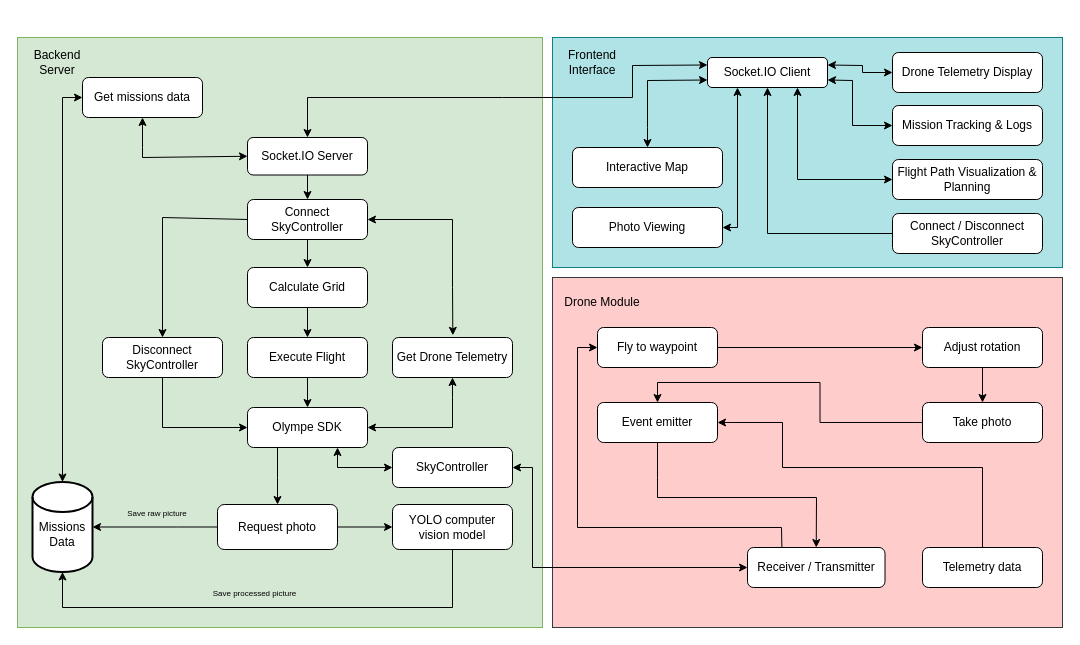
Earlier version of the draw.io diagram AAU-BSc-Software/Project-P6/resources/P6 System Architecture.drawio (Emilprivate/Esd.EDU). Source tidied: cells renumbered, new cells numbered last; positions are measured from the earlier drawing's top-left corner, leaving out a move shared by most shapes. Both pictures are drawn from the tidied source at 100%, with x=0, y=0 at pixel (17, 37).
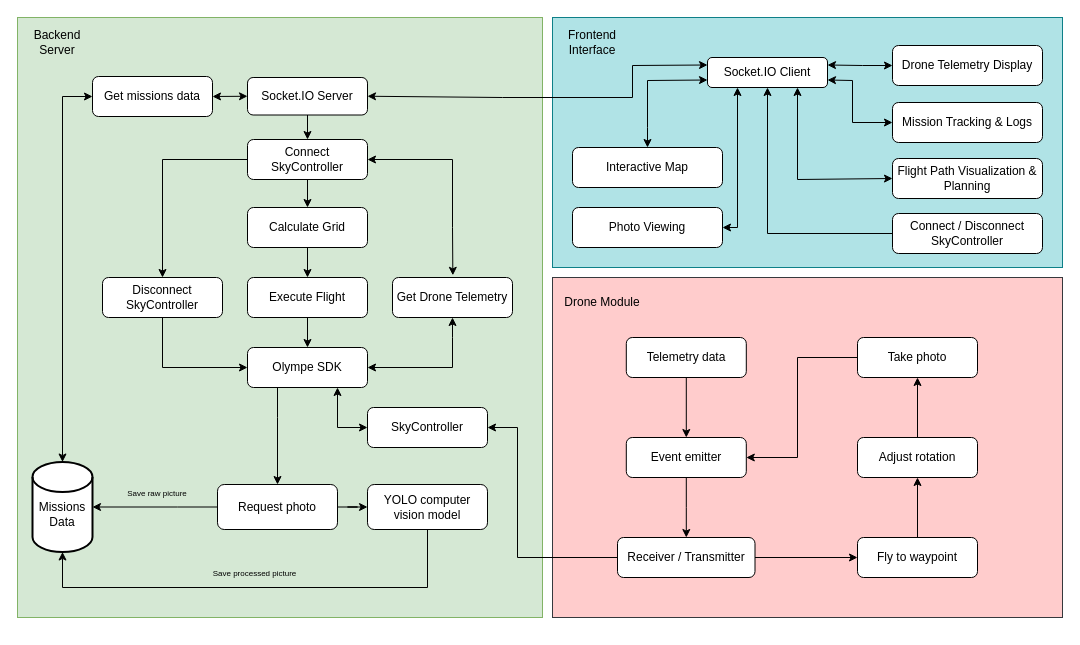
The same diagram, later.

The change refers to these unchanged cells:
```xml
<mxCell id="8" value="Socket.IO Client" style="rounded=1;whiteSpace=wrap;html=1;" parent="1" vertex="1">
  <mxGeometry x="690" y="20" width="120" height="30" as="geometry" />
</mxCell>
```

Diff of the diagram source:
```diff
@@
     <mxCell id="2" style="rounded=0;whiteSpace=wrap;html=1;fillColor=#b0e3e6;strokeColor=#0e8088;" parent="1" vertex="1">
-      <mxGeometry x="535" width="510" height="230" as="geometry" />
+      <mxGeometry x="535" y="-20" width="510" height="250" as="geometry" />
     </mxCell>
     <mxCell id="3" style="rounded=0;whiteSpace=wrap;html=1;fillColor=#d5e8d4;strokeColor=#82b366;labelBackgroundColor=none;" parent="1" vertex="1">
-      <mxGeometry width="525" height="590" as="geometry" />
+      <mxGeometry y="-20" width="525" height="600" as="geometry" />
     </mxCell>
     <mxCell id="4" style="rounded=0;whiteSpace=wrap;html=1;fillColor=#ffcccc;strokeColor=#36393d;" parent="1" vertex="1">
-      <mxGeometry x="535" y="240" width="510" height="350" as="geometry" />
+      <mxGeometry x="535" y="240" width="510" height="340" as="geometry" />
     </mxCell>
     <mxCell id="5" value="Backend Server" style="text;html=1;align=center;verticalAlign=middle;whiteSpace=wrap;rounded=0;" parent="1" vertex="1">
-      <mxGeometry width="80" height="50" as="geometry" />
+      <mxGeometry y="-20" width="80" height="50" as="geometry" />
     </mxCell>
     <mxCell id="6" value="Frontend Interface" style="text;html=1;align=center;verticalAlign=middle;whiteSpace=wrap;rounded=0;" parent="1" vertex="1">
-      <mxGeometry x="535" width="80" height="50" as="geometry" />
+      <mxGeometry x="535" y="-20" width="80" height="50" as="geometry" />
     </mxCell>
@@
-    <mxCell id="9" style="endArrow=classic;startArrow=classic;html=1;rounded=0;exitX=0.5;exitY=0;exitDx=0;exitDy=0;entryX=0;entryY=0.25;entryDx=0;entryDy=0;" parent="1" edge="1" source="17" target="8">
+    <mxCell id="9" style="endArrow=classic;startArrow=classic;html=1;rounded=0;exitX=1;exitY=0.5;exitDx=0;exitDy=0;entryX=0;entryY=0.25;entryDx=0;entryDy=0;" parent="1" edge="1" source="17" target="8">
       <mxGeometry relative="1" as="geometry">
         <Array as="points">
-          <mxPoint x="290" y="60" />
           <mxPoint x="485" y="60" />
           <mxPoint x="615" y="60" />
           <mxPoint x="615" y="28" />
         </Array>
       </mxGeometry>
     </mxCell>
@@
     <mxCell id="11" value="Mission Tracking &amp;amp; Logs" style="rounded=1;whiteSpace=wrap;html=1;" parent="1" vertex="1">
-      <mxGeometry x="875" y="68" width="150" height="40" as="geometry" />
+      <mxGeometry x="875" y="65" width="150" height="40" as="geometry" />
     </mxCell>
     <mxCell id="12" value="Drone Telemetry Display" style="rounded=1;whiteSpace=wrap;html=1;" parent="1" vertex="1">
-      <mxGeometry x="875" y="15" width="150" height="40" as="geometry" />
+      <mxGeometry x="875" y="8" width="150" height="40" as="geometry" />
     </mxCell>
@@
     <mxCell id="14" value="Flight Path Visualization &amp;amp; Planning" style="rounded=1;whiteSpace=wrap;html=1;" parent="1" vertex="1">
-      <mxGeometry x="875" y="122" width="150" height="40" as="geometry" />
+      <mxGeometry x="875" y="121" width="150" height="40" as="geometry" />
     </mxCell>
     <mxCell id="15" value="SkyController" style="rounded=1;whiteSpace=wrap;html=1;" parent="1" vertex="1">
-      <mxGeometry x="375" y="410" width="120" height="40" as="geometry" />
+      <mxGeometry x="350" y="370" width="120" height="40" as="geometry" />
     </mxCell>
@@
     <mxCell id="17" value="Socket.IO Server" style="rounded=1;whiteSpace=wrap;html=1;" parent="1" vertex="1">
-      <mxGeometry x="230" y="100" width="120" height="37.5" as="geometry" />
+      <mxGeometry x="230" y="40" width="120" height="37.5" as="geometry" />
     </mxCell>
     <mxCell id="18" value="&lt;div&gt;&lt;br&gt;&lt;/div&gt;&lt;div&gt;Missions Data&lt;/div&gt;" style="strokeWidth=2;html=1;shape=mxgraph.flowchart.database;whiteSpace=wrap;rounded=0;strokeColor=default;align=center;verticalAlign=middle;fontFamily=Helvetica;fontSize=12;fontColor=default;fillColor=default;" parent="1" vertex="1">
-      <mxGeometry x="15" y="444.5" width="60" height="90" as="geometry" />
+      <mxGeometry x="15" y="424.5" width="60" height="90" as="geometry" />
     </mxCell>
     <mxCell id="19" value="Disconnect SkyController" style="rounded=1;whiteSpace=wrap;html=1;strokeColor=default;align=center;verticalAlign=middle;fontFamily=Helvetica;fontSize=12;fontColor=default;fillColor=default;" parent="1" vertex="1">
-      <mxGeometry x="85" y="300" width="120" height="40" as="geometry" />
+      <mxGeometry x="85" y="240" width="120" height="40" as="geometry" />
     </mxCell>
     <mxCell id="20" value="&lt;div&gt;Olympe SDK&lt;/div&gt;" style="rounded=1;whiteSpace=wrap;html=1;strokeColor=default;align=center;verticalAlign=middle;fontFamily=Helvetica;fontSize=12;fontColor=default;fillColor=default;" parent="1" vertex="1">
-      <mxGeometry x="230" y="370" width="120" height="40" as="geometry" />
+      <mxGeometry x="230" y="310" width="120" height="40" as="geometry" />
     </mxCell>
     <mxCell id="21" value="Get Drone Telemetry" style="rounded=1;whiteSpace=wrap;html=1;strokeColor=default;align=center;verticalAlign=middle;fontFamily=Helvetica;fontSize=12;fontColor=default;fillColor=default;" parent="1" vertex="1">
-      <mxGeometry x="375" y="300" width="120" height="40" as="geometry" />
+      <mxGeometry x="375" y="240" width="120" height="40" as="geometry" />
     </mxCell>
@@
     <mxCell id="23" value="Calculate Grid" style="rounded=1;whiteSpace=wrap;html=1;strokeColor=default;align=center;verticalAlign=middle;fontFamily=Helvetica;fontSize=12;fontColor=default;fillColor=default;" parent="1" vertex="1">
-      <mxGeometry x="230" y="230" width="120" height="40" as="geometry" />
+      <mxGeometry x="230" y="170" width="120" height="40" as="geometry" />
     </mxCell>
     <mxCell id="24" value="Execute Flight" style="rounded=1;whiteSpace=wrap;html=1;strokeColor=default;align=center;verticalAlign=middle;fontFamily=Helvetica;fontSize=12;fontColor=default;fillColor=default;" parent="1" vertex="1">
-      <mxGeometry x="230" y="300" width="120" height="40" as="geometry" />
+      <mxGeometry x="230" y="240" width="120" height="40" as="geometry" />
     </mxCell>
     <mxCell id="25" style="endArrow=classic;startArrow=classic;html=1;rounded=0;fontFamily=Helvetica;fontSize=12;fontColor=default;exitX=0.5;exitY=1;exitDx=0;exitDy=0;entryX=1;entryY=0.5;entryDx=0;entryDy=0;" parent="1" edge="1" source="21" target="20">
       <mxGeometry relative="1" as="geometry">
         <Array as="points">
-          <mxPoint x="435" y="360" />
-          <mxPoint x="435" y="390" />
+          <mxPoint x="435" y="300" />
+          <mxPoint x="435" y="330" />
         </Array>
       </mxGeometry>
     </mxCell>
-    <mxCell id="26" style="edgeStyle=orthogonalEdgeStyle;rounded=0;jettySize=auto;html=1;fontFamily=Helvetica;fontSize=12;fontColor=default;" parent="1" edge="1" source="27" target="29">
+    <mxCell id="26" style="edgeStyle=orthogonalEdgeStyle;rounded=0;jettySize=auto;html=1;" parent="1" edge="1" source="27" target="29">
       <mxGeometry relative="1" as="geometry" />
     </mxCell>
     <mxCell id="27" value="Fly to waypoint" style="rounded=1;whiteSpace=wrap;html=1;strokeColor=default;align=center;verticalAlign=middle;fontFamily=Helvetica;fontSize=12;fontColor=default;fillColor=default;" parent="1" vertex="1">
-      <mxGeometry x="580" y="290" width="120" height="40" as="geometry" />
+      <mxGeometry x="840" y="500" width="120" height="40" as="geometry" />
     </mxCell>
-    <mxCell id="28" style="edgeStyle=orthogonalEdgeStyle;rounded=0;jettySize=auto;html=1;fontFamily=Helvetica;fontSize=12;fontColor=default;" parent="1" edge="1" source="29" target="31">
+    <mxCell id="28" style="edgeStyle=orthogonalEdgeStyle;rounded=0;jettySize=auto;html=1;" parent="1" edge="1" source="29" target="31">
       <mxGeometry relative="1" as="geometry" />
     </mxCell>
     <mxCell id="29" value="Adjust rotation" style="rounded=1;whiteSpace=wrap;html=1;strokeColor=default;align=center;verticalAlign=middle;fontFamily=Helvetica;fontSize=12;fontColor=default;fillColor=default;" parent="1" vertex="1">
-      <mxGeometry x="905" y="290" width="120" height="40" as="geometry" />
+      <mxGeometry x="840" y="400" width="120" height="40" as="geometry" />
     </mxCell>
-    <mxCell id="30" style="edgeStyle=orthogonalEdgeStyle;rounded=0;jettySize=auto;html=1;fontFamily=Helvetica;fontSize=12;fontColor=default;entryX=0.5;entryY=0;entryDx=0;entryDy=0;" parent="1" edge="1" source="31" target="32">
-      <mxGeometry relative="1" as="geometry" />
-    </mxCell>
     <mxCell id="31" value="Take photo" style="rounded=1;whiteSpace=wrap;html=1;strokeColor=default;align=center;verticalAlign=middle;fontFamily=Helvetica;fontSize=12;fontColor=default;fillColor=default;" parent="1" vertex="1">
-      <mxGeometry x="905" y="365" width="120" height="40" as="geometry" />
+      <mxGeometry x="840" y="300" width="120" height="40" as="geometry" />
     </mxCell>
+    <mxCell id="62" style="edgeStyle=orthogonalEdgeStyle;rounded=0;jettySize=auto;html=1;" parent="1" edge="1" source="32" target="48">
+      <mxGeometry relative="1" as="geometry" />
+    </mxCell>
     <mxCell id="32" value="Event emitter" style="rounded=1;whiteSpace=wrap;html=1;strokeColor=default;align=center;verticalAlign=middle;fontFamily=Helvetica;fontSize=12;fontColor=default;fillColor=default;" parent="1" vertex="1">
-      <mxGeometry x="580" y="365" width="120" height="40" as="geometry" />
+      <mxGeometry x="608.8" y="400" width="120" height="40" as="geometry" />
     </mxCell>
@@
     <mxCell id="34" style="edgeStyle=orthogonalEdgeStyle;rounded=0;jettySize=auto;html=1;entryX=1;entryY=0.5;entryDx=0;entryDy=0;entryPerimeter=0;" parent="1" edge="1" source="35" target="18">
       <mxGeometry relative="1" as="geometry">
         <Array as="points">
-          <mxPoint x="160" y="490" />
-          <mxPoint x="160" y="490" />
+          <mxPoint x="160" y="470" />
+          <mxPoint x="160" y="470" />
         </Array>
       </mxGeometry>
     </mxCell>
     <mxCell id="35" value="Request photo" style="rounded=1;whiteSpace=wrap;html=1;strokeColor=default;align=center;verticalAlign=middle;fontFamily=Helvetica;fontSize=12;fontColor=default;fillColor=default;" parent="1" vertex="1">
-      <mxGeometry x="200" y="467" width="120" height="45" as="geometry" />
+      <mxGeometry x="200" y="447" width="120" height="45" as="geometry" />
     </mxCell>
     <mxCell id="36" style="endArrow=classic;html=1;rounded=0;fontFamily=Helvetica;fontSize=12;fontColor=default;exitX=0.25;exitY=1;exitDx=0;exitDy=0;entryX=0.5;entryY=0;entryDx=0;entryDy=0;" parent="1" edge="1" source="20" target="35">
       <mxGeometry relative="1" as="geometry">
         <Array as="points">
-          <mxPoint x="260" y="440" />
+          <mxPoint x="260" y="380" />
         </Array>
       </mxGeometry>
     </mxCell>
     <mxCell id="37" value="YOLO computer vision model" style="rounded=1;whiteSpace=wrap;html=1;strokeColor=default;align=center;verticalAlign=middle;fontFamily=Helvetica;fontSize=12;fontColor=default;fillColor=default;" parent="1" vertex="1">
-      <mxGeometry x="375" y="467" width="120" height="45" as="geometry" />
+      <mxGeometry x="350" y="447" width="120" height="45" as="geometry" />
     </mxCell>
     <mxCell id="38" value="&lt;div style=&quot;line-height: 60%;&quot;&gt;&lt;font style=&quot;font-size: 8px; line-height: 60%;&quot;&gt;Save raw picture&lt;/font&gt;&lt;/div&gt;" style="text;html=1;align=center;verticalAlign=middle;whiteSpace=wrap;rounded=0;fontFamily=Helvetica;fontSize=12;fontColor=default;" parent="1" vertex="1">
-      <mxGeometry x="100" y="460" width="80" height="30" as="geometry" />
+      <mxGeometry x="100" y="440" width="80" height="30" as="geometry" />
     </mxCell>
     <mxCell id="39" value="&lt;div style=&quot;line-height: 60%;&quot;&gt;&lt;div&gt;&lt;font style=&quot;font-size: 8px; line-height: 60%;&quot;&gt;Save processed picture&lt;/font&gt;&lt;/div&gt;&lt;/div&gt;" style="text;html=1;align=center;verticalAlign=middle;whiteSpace=wrap;rounded=0;fontFamily=Helvetica;fontSize=12;fontColor=default;" parent="1" vertex="1">
-      <mxGeometry x="185" y="540" width="105" height="30" as="geometry" />
+      <mxGeometry x="185" y="520" width="105" height="30" as="geometry" />
     </mxCell>
     <mxCell id="40" value="Get missions data" style="rounded=1;whiteSpace=wrap;html=1;strokeColor=default;align=center;verticalAlign=middle;fontFamily=Helvetica;fontSize=12;fontColor=default;fillColor=default;" parent="1" vertex="1">
-      <mxGeometry x="65" y="40" width="120" height="40" as="geometry" />
+      <mxGeometry x="75" y="39" width="120" height="40" as="geometry" />
     </mxCell>
     <mxCell id="41" style="endArrow=classic;startArrow=classic;html=1;rounded=0;fontFamily=Helvetica;fontSize=12;fontColor=default;entryX=0;entryY=0.5;entryDx=0;entryDy=0;exitX=0.5;exitY=0;exitDx=0;exitDy=0;exitPerimeter=0;" parent="1" edge="1" source="18" target="40">
       <mxGeometry relative="1" as="geometry">
         <Array as="points">
-          <mxPoint x="45" y="60" />
+          <mxPoint x="45" y="59" />
         </Array>
       </mxGeometry>
     </mxCell>
-    <mxCell id="42" style="endArrow=classic;startArrow=classic;html=1;rounded=0;fontFamily=Helvetica;fontSize=12;fontColor=default;exitX=0.5;exitY=1;exitDx=0;exitDy=0;entryX=0;entryY=0.5;entryDx=0;entryDy=0;" parent="1" edge="1" source="40" target="17">
-      <mxGeometry relative="1" as="geometry">
-        <Array as="points">
-          <mxPoint x="125" y="110" />
-          <mxPoint x="125" y="120" />
-        </Array>
-      </mxGeometry>
+    <mxCell id="42" style="endArrow=classic;startArrow=classic;html=1;rounded=0;fontFamily=Helvetica;fontSize=12;fontColor=default;exitX=1;exitY=0.5;exitDx=0;exitDy=0;entryX=0;entryY=0.5;entryDx=0;entryDy=0;" parent="1" edge="1" source="40" target="17">
+      <mxGeometry relative="1" as="geometry" />
     </mxCell>
@@
     <mxCell id="44" style="endArrow=classic;startArrow=classic;html=1;rounded=0;fontFamily=Helvetica;fontSize=12;fontColor=default;exitX=1;exitY=0.75;exitDx=0;exitDy=0;entryX=0;entryY=0.5;entryDx=0;entryDy=0;" parent="1" edge="1" source="8" target="11">
       <mxGeometry relative="1" as="geometry">
         <Array as="points">
           <mxPoint x="835" y="43" />
-          <mxPoint x="835" y="88" />
+          <mxPoint x="835" y="85" />
         </Array>
       </mxGeometry>
     </mxCell>
@@
+    <mxCell id="61" style="edgeStyle=orthogonalEdgeStyle;rounded=0;jettySize=auto;html=1;" parent="1" edge="1" source="47" target="32">
+      <mxGeometry relative="1" as="geometry" />
+    </mxCell>
     <mxCell id="47" value="Telemetry data" style="rounded=1;whiteSpace=wrap;html=1;strokeColor=default;align=center;verticalAlign=middle;fontFamily=Helvetica;fontSize=12;fontColor=default;fillColor=default;" parent="1" vertex="1">
-      <mxGeometry x="905" y="510" width="120" height="40" as="geometry" />
+      <mxGeometry x="608.8" y="300" width="120" height="40" as="geometry" />
     </mxCell>
     <mxCell id="48" value="Receiver / Transmitter" style="rounded=1;whiteSpace=wrap;html=1;strokeColor=default;align=center;verticalAlign=middle;fontFamily=Helvetica;fontSize=12;fontColor=default;fillColor=default;" parent="1" vertex="1">
-      <mxGeometry x="730" y="510" width="137.5" height="40" as="geometry" />
+      <mxGeometry x="600" y="500" width="137.5" height="40" as="geometry" />
     </mxCell>
-    <mxCell id="49" style="endArrow=classic;startArrow=classic;html=1;rounded=0;exitX=1;exitY=0.5;exitDx=0;exitDy=0;entryX=0;entryY=0.5;entryDx=0;entryDy=0;" parent="1" edge="1" source="15" target="48">
-      <mxGeometry relative="1" as="geometry">
-        <Array as="points">
-          <mxPoint x="515" y="430" />
-          <mxPoint x="515" y="530" />
-        </Array>
-      </mxGeometry>
-    </mxCell>
-    <mxCell id="50" style="endArrow=classic;html=1;rounded=0;exitX=0.25;exitY=0;exitDx=0;exitDy=0;entryX=0;entryY=0.5;entryDx=0;entryDy=0;" parent="1" edge="1" source="48" target="27">
-      <mxGeometry relative="1" as="geometry">
-        <Array as="points">
-          <mxPoint x="764" y="490" />
-          <mxPoint x="560" y="490" />
-          <mxPoint x="560" y="310" />
-        </Array>
-      </mxGeometry>
-    </mxCell>
     <mxCell id="51" style="endArrow=classic;startArrow=classic;html=1;rounded=0;exitX=0.75;exitY=1;exitDx=0;exitDy=0;entryX=0;entryY=0.5;entryDx=0;entryDy=0;" parent="1" edge="1" source="20" target="15">
       <mxGeometry relative="1" as="geometry">
         <Array as="points">
-          <mxPoint x="320" y="430" />
+          <mxPoint x="320" y="390" />
         </Array>
       </mxGeometry>
     </mxCell>
@@
     <mxCell id="54" style="endArrow=classic;startArrow=classic;html=1;rounded=0;exitX=0;exitY=0.5;exitDx=0;exitDy=0;entryX=1;entryY=0.25;entryDx=0;entryDy=0;" parent="1" edge="1" source="12" target="8">
       <mxGeometry relative="1" as="geometry">
         <Array as="points">
-          <mxPoint x="845" y="35" />
           <mxPoint x="845" y="28" />
         </Array>
       </mxGeometry>
     </mxCell>
     <mxCell id="55" style="endArrow=classic;html=1;rounded=0;exitX=0.5;exitY=1;exitDx=0;exitDy=0;entryX=0;entryY=0.5;entryDx=0;entryDy=0;" parent="1" edge="1" source="19" target="20">
       <mxGeometry relative="1" as="geometry">
         <Array as="points">
-          <mxPoint x="145" y="390" />
+          <mxPoint x="145" y="330" />
         </Array>
       </mxGeometry>
     </mxCell>
     <mxCell id="56" style="endArrow=classic;html=1;rounded=0;exitX=0.5;exitY=1;exitDx=0;exitDy=0;entryX=0.5;entryY=0;entryDx=0;entryDy=0;" parent="1" edge="1" source="24" target="20">
       <mxGeometry relative="1" as="geometry">
         <Array as="points">
-          <mxPoint x="290" y="340" />
+          <mxPoint x="290" y="280" />
         </Array>
       </mxGeometry>
     </mxCell>
     <mxCell id="57" value="Connect SkyController" style="rounded=1;whiteSpace=wrap;html=1;strokeColor=default;align=center;verticalAlign=middle;fontFamily=Helvetica;fontSize=12;fontColor=default;fillColor=default;" parent="1" vertex="1">
-      <mxGeometry x="230" y="162" width="120" height="40" as="geometry" />
+      <mxGeometry x="230" y="102" width="120" height="40" as="geometry" />
     </mxCell>
@@
     <mxCell id="59" style="endArrow=classic;html=1;rounded=0;exitX=0;exitY=0.5;exitDx=0;exitDy=0;entryX=0.5;entryY=0;entryDx=0;entryDy=0;" parent="1" edge="1" source="57" target="19">
       <mxGeometry relative="1" as="geometry">
         <Array as="points">
-          <mxPoint x="145" y="180" />
+          <mxPoint x="145" y="122" />
         </Array>
       </mxGeometry>
     </mxCell>
     <mxCell id="60" style="endArrow=classic;startArrow=classic;html=1;rounded=0;exitX=1;exitY=0.5;exitDx=0;exitDy=0;entryX=0.503;entryY=-0.055;entryDx=0;entryDy=0;entryPerimeter=0;" parent="1" edge="1" source="57" target="21">
       <mxGeometry relative="1" as="geometry">
         <Array as="points">
-          <mxPoint x="435" y="182" />
-          <mxPoint x="435" y="250" />
+          <mxPoint x="435" y="122" />
+          <mxPoint x="435" y="190" />
         </Array>
       </mxGeometry>
     </mxCell>
-    <mxCell id="61" style="endArrow=classic;html=1;rounded=0;exitX=0.5;exitY=0;exitDx=0;exitDy=0;entryX=1;entryY=0.5;entryDx=0;entryDy=0;" parent="1" edge="1" source="47" target="32">
-      <mxGeometry relative="1" as="geometry">
-        <Array as="points">
-          <mxPoint x="965" y="430" />
-          <mxPoint x="765" y="430" />
-          <mxPoint x="765" y="385" />
-        </Array>
-      </mxGeometry>
-    </mxCell>
-    <mxCell id="62" style="endArrow=classic;html=1;rounded=0;exitX=0.5;exitY=1;exitDx=0;exitDy=0;entryX=0.5;entryY=0;entryDx=0;entryDy=0;" parent="1" edge="1" source="32" target="48">
-      <mxGeometry relative="1" as="geometry">
-        <Array as="points">
-          <mxPoint x="640" y="440" />
-          <mxPoint x="640" y="460" />
-          <mxPoint x="799" y="460" />
-        </Array>
-      </mxGeometry>
-    </mxCell>
     <mxCell id="63" style="endArrow=classic;html=1;rounded=0;exitX=0.5;exitY=1;exitDx=0;exitDy=0;entryX=0.5;entryY=1;entryDx=0;entryDy=0;entryPerimeter=0;" parent="1" edge="1" source="37" target="18">
       <mxGeometry relative="1" as="geometry">
         <Array as="points">
-          <mxPoint x="435" y="570" />
-          <mxPoint x="45" y="570" />
+          <mxPoint x="410" y="550" />
+          <mxPoint x="45" y="550" />
         </Array>
       </mxGeometry>
     </mxCell>
+    <mxCell id="64" style="endArrow=classic;html=1;rounded=0;exitX=0;exitY=0.5;exitDx=0;exitDy=0;entryX=1;entryY=0.5;entryDx=0;entryDy=0;" parent="1" edge="1" source="48" target="15">
+      <mxGeometry relative="1" as="geometry">
+        <Array as="points">
+          <mxPoint x="500" y="520" />
+          <mxPoint x="500" y="390" />
+        </Array>
+      </mxGeometry>
+    </mxCell>
+    <mxCell id="50" style="endArrow=classic;html=1;rounded=0;exitX=1;exitY=0.5;exitDx=0;exitDy=0;entryX=0;entryY=0.5;entryDx=0;entryDy=0;" parent="1" edge="1" source="48" target="27">
+      <mxGeometry relative="1" as="geometry" />
+    </mxCell>
+    <mxCell id="30" style="endArrow=classic;html=1;rounded=0;exitX=0;exitY=0.5;exitDx=0;exitDy=0;entryX=1;entryY=0.5;entryDx=0;entryDy=0;" parent="1" edge="1" source="31" target="32">
+      <mxGeometry relative="1" as="geometry">
+        <Array as="points">
+          <mxPoint x="780" y="320" />
+          <mxPoint x="780" y="420" />
+        </Array>
+      </mxGeometry>
+    </mxCell>
```
